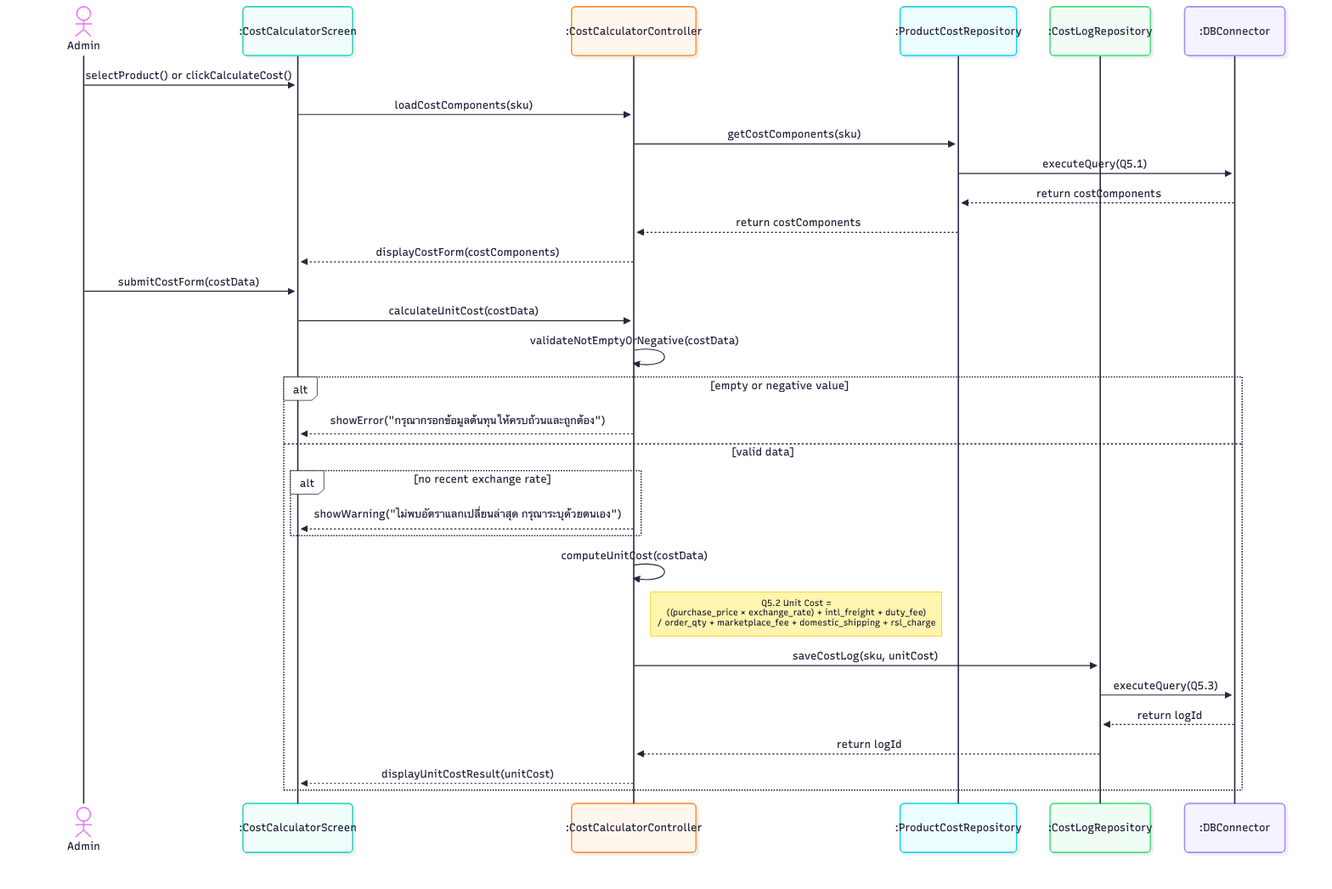
Above: 03-chapter2-use-case-descriptions/diagrams/png/4S-sequence.png in xbpkdi/321-sa-proj (Mermaid), before the change. Its source is kept beside it as 03-chapter2-use-case-descriptions/diagrams/mmd/4S-sequence.mmd.
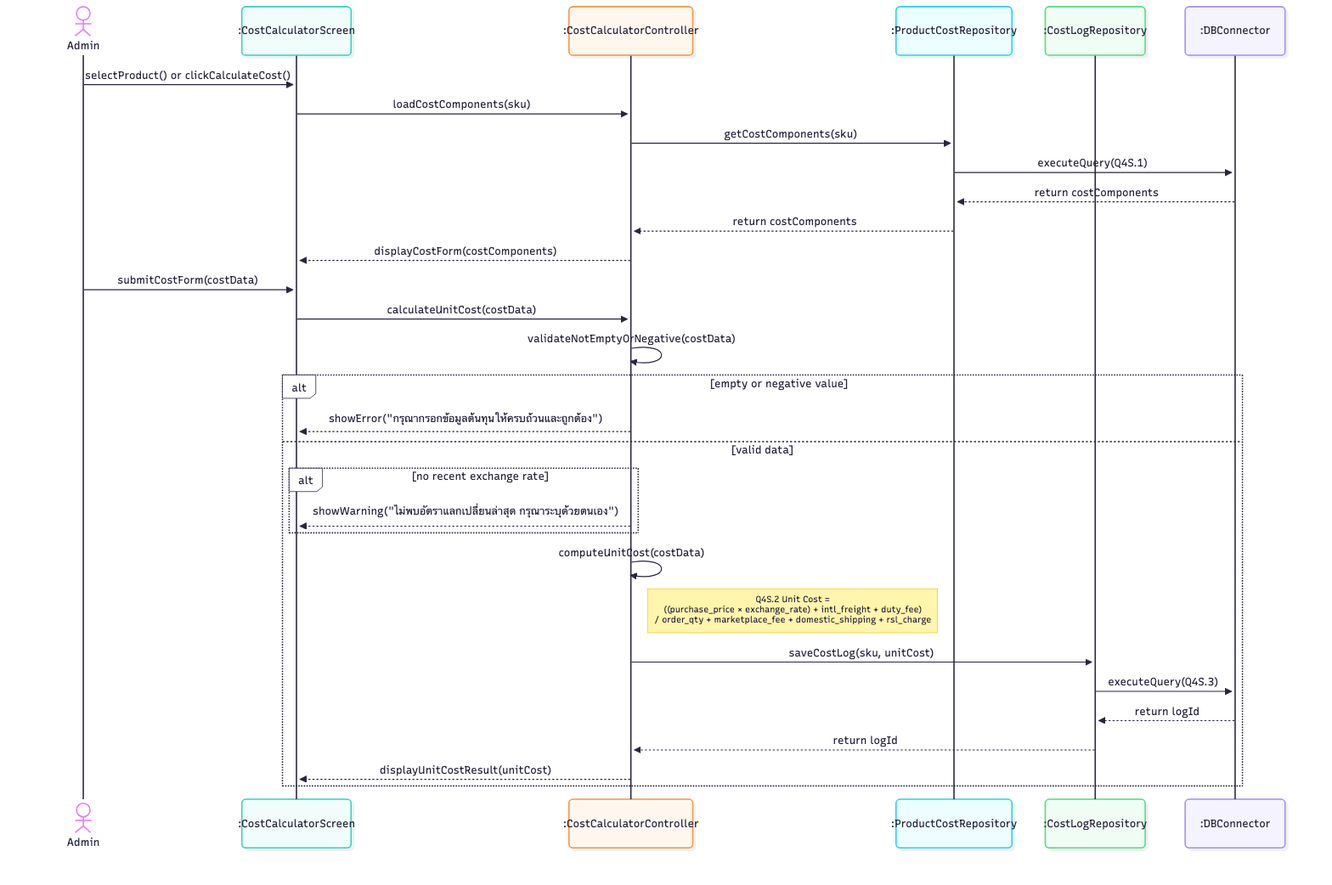
The same diagram one commit later.

What changed in the source:
```diff
@@ -9,7 +9,7 @@
     Admin->>Screen: selectProduct() or clickCalculateCost()
     Screen->>CCC: loadCostComponents(sku)
     CCC->>CostRepo: getCostComponents(sku)
-    CostRepo->>DB: executeQuery(Q5.1)
+    CostRepo->>DB: executeQuery(Q4S.1)
     DB-->>CostRepo: return costComponents
     CostRepo-->>CCC: return costComponents
     CCC-->>Screen: displayCostForm(costComponents)
@@ -24,9 +24,9 @@
             CCC-->>Screen: showWarning("ไม่พบอัตราแลกเปลี่ยนล่าสุด กรุณาระบุด้วยตนเอง")
         end
         CCC->>CCC: computeUnitCost(costData)
-        Note right of CCC: Q5.2 Unit Cost =<br/>((purchase_price × exchange_rate) + intl_freight + duty_fee)<br/>/ order_qty + marketplace_fee + domestic_shipping + rsl_charge
+        Note right of CCC: Q4S.2 Unit Cost =<br/>((purchase_price × exchange_rate) + intl_freight + duty_fee)<br/>/ order_qty + marketplace_fee + domestic_shipping + rsl_charge
         CCC->>LogRepo: saveCostLog(sku, unitCost)
-        LogRepo->>DB: executeQuery(Q5.3)
+        LogRepo->>DB: executeQuery(Q4S.3)
         DB-->>LogRepo: return logId
         LogRepo-->>CCC: return logId
         CCC-->>Screen: displayUnitCostResult(unitCost)
```
